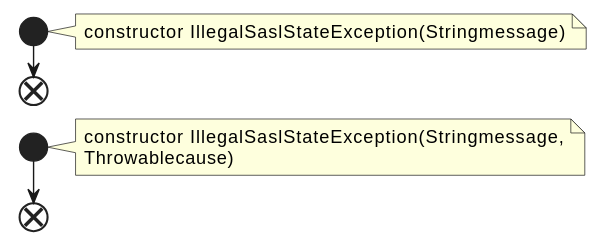
Above: docs/qc/clients/src/main/java/org/apache/kafka/common/errors/IllegalSaslStateException.java.fct.svg in qualitesys/kafka (PlantUML), before the change.
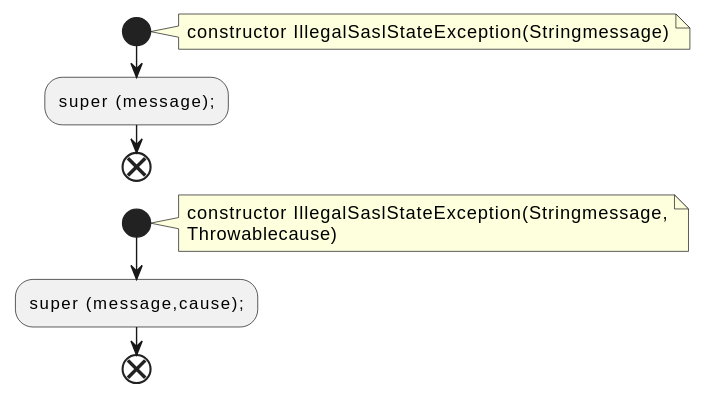
Above is the later version.

Diff of the diagram source:
```diff
@@ -4,11 +4,13 @@
 note right
 constructor IllegalSaslStateException(Stringmessage)
 end note
+:super (message);;
 end
 start
 note right
 constructor IllegalSaslStateException(Stringmessage,
 Throwablecause)
 end note
+:super (message,cause);;
 end
 @enduml
```
